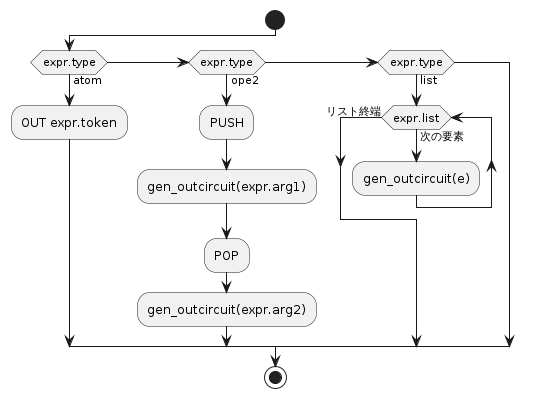
Earlier version of the PlantUML export docs/images/gen_outcircuit.png (SPNSPN/flow2nim). The source it was exported from:
```plantuml
@startuml gen_outcircuit.png
start
if (expr.type) then (atom)
	:OUT expr.token;
elseif (expr.type) then (ope2)
	:PUSH;
	:gen_outcircuit(expr.arg1);
	:POP;
	:gen_outcircuit(expr.arg2);
elseif (expr.type) then (list)
	while (expr.list) is (次の要素)
		:gen_outcircuit(e);
	endwhile (リスト終端)
endif
stop
@enduml
```
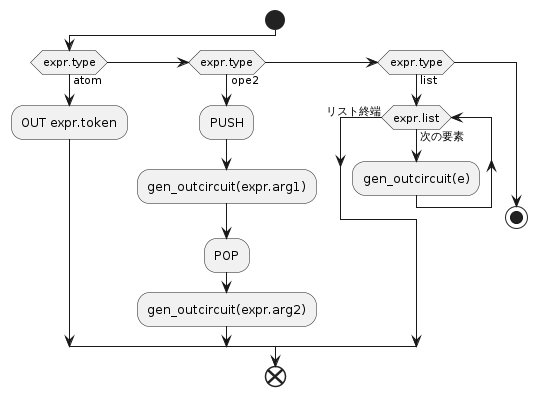
Later version of the same file.

The edit, as a diff of the source:
```diff
@@ -11,6 +11,8 @@
 	while (expr.list) is (次の要素)
 		:gen_outcircuit(e);
 	endwhile (リスト終端)
+else
+	stop
 endif
-stop
+end
 @enduml
```
